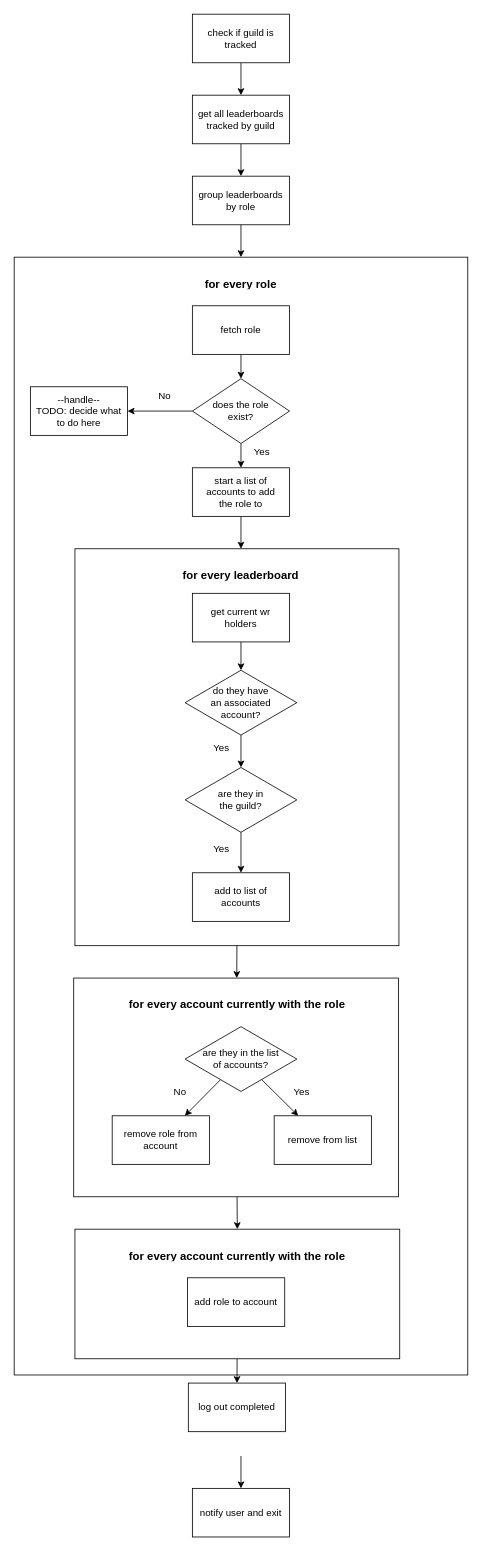
Earlier version of the draw.io diagram src/discord/commands/update.drawio (mitchell-merry/src-wrs-bot-v2). Source tidied: cells renumbered, new cells numbered last; positions are measured from the earlier drawing's top-left corner, leaving out a move shared by most shapes. Both pictures are drawn from the tidied source at 81%, with x=0, y=0 at pixel (14, 14).
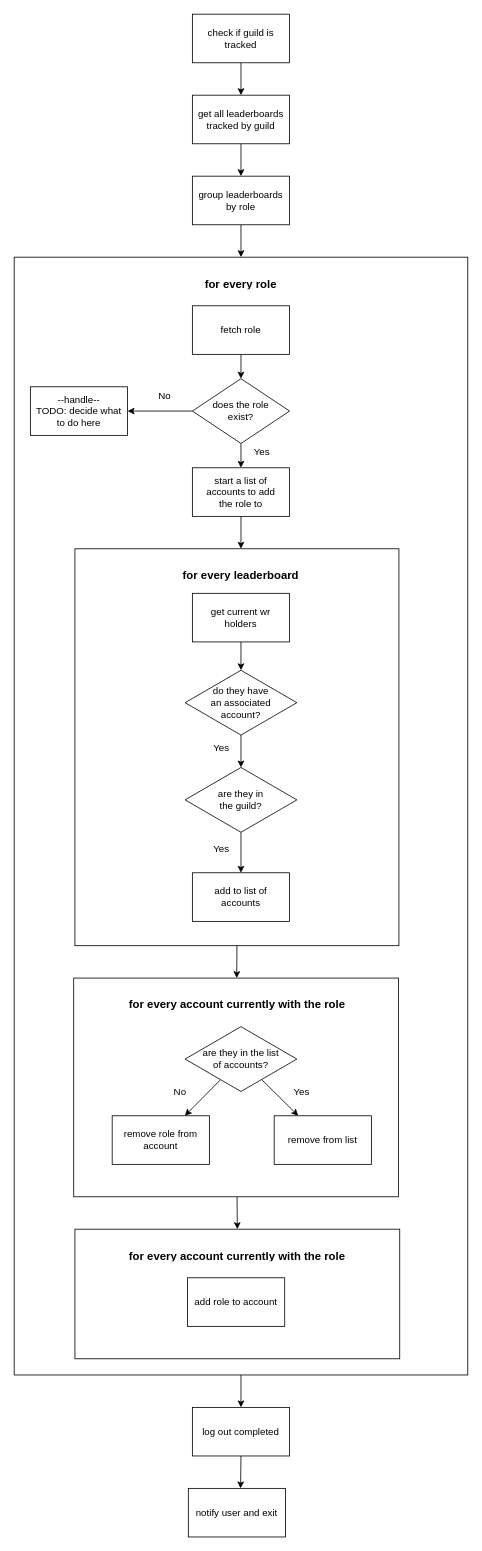
The same page after the edit.

Commit message:
Fix diagram layout errors.

The change refers to these unchanged cells:
```xml
<mxCell id="3" style="whiteSpace=wrap;html=1;rounded=0;" parent="1" vertex="1">
  <mxGeometry y="300" width="560" height="1380" as="geometry" />
</mxCell>
<mxCell id="34" style="whiteSpace=wrap;html=1;rounded=0;" parent="1" vertex="1">
  <mxGeometry x="75" y="1500" width="401" height="160" as="geometry" />
</mxCell>
```

The edit, as a diff of the source:
```diff
@@
-    <mxCell id="2" style="edgeStyle=none;html=1;fontSize=12;exitX=0.5;exitY=1;exitDx=0;exitDy=0;entryX=0.5;entryY=0;entryDx=0;entryDy=0;" parent="1" edge="1" target="38">
+    <mxCell id="2" style="edgeStyle=none;html=1;fontSize=12;exitX=0.5;exitY=1;exitDx=0;exitDy=0;entryX=0.5;entryY=0;entryDx=0;entryDy=0;" parent="1" edge="1" source="37">
       <mxGeometry relative="1" as="geometry">
-        <mxPoint x="280" y="1780" as="sourcePoint" />
+        <mxPoint x="279.5" y="1820" as="targetPoint" />
       </mxGeometry>
     </mxCell>
@@
-    <mxCell id="33" style="edgeStyle=none;html=1;fontSize=12;" parent="1" edge="1" source="34" target="37">
+    <mxCell id="33" style="edgeStyle=none;html=1;fontSize=12;exitX=0.5;exitY=1;exitDx=0;exitDy=0;" parent="1" edge="1" source="3" target="37">
       <mxGeometry relative="1" as="geometry" />
     </mxCell>
@@
     <mxCell id="37" value="log out completed" style="whiteSpace=wrap;html=1;rounded=0;" parent="1" vertex="1">
-      <mxGeometry x="215" y="1690" width="120" height="60" as="geometry" />
+      <mxGeometry x="220" y="1720" width="120" height="60" as="geometry" />
     </mxCell>
     <mxCell id="38" value="notify user and exit" style="whiteSpace=wrap;html=1;rounded=0;" parent="1" vertex="1">
-      <mxGeometry x="220" y="1820" width="120" height="60" as="geometry" />
+      <mxGeometry x="215" y="1820" width="120" height="60" as="geometry" />
     </mxCell>
```
